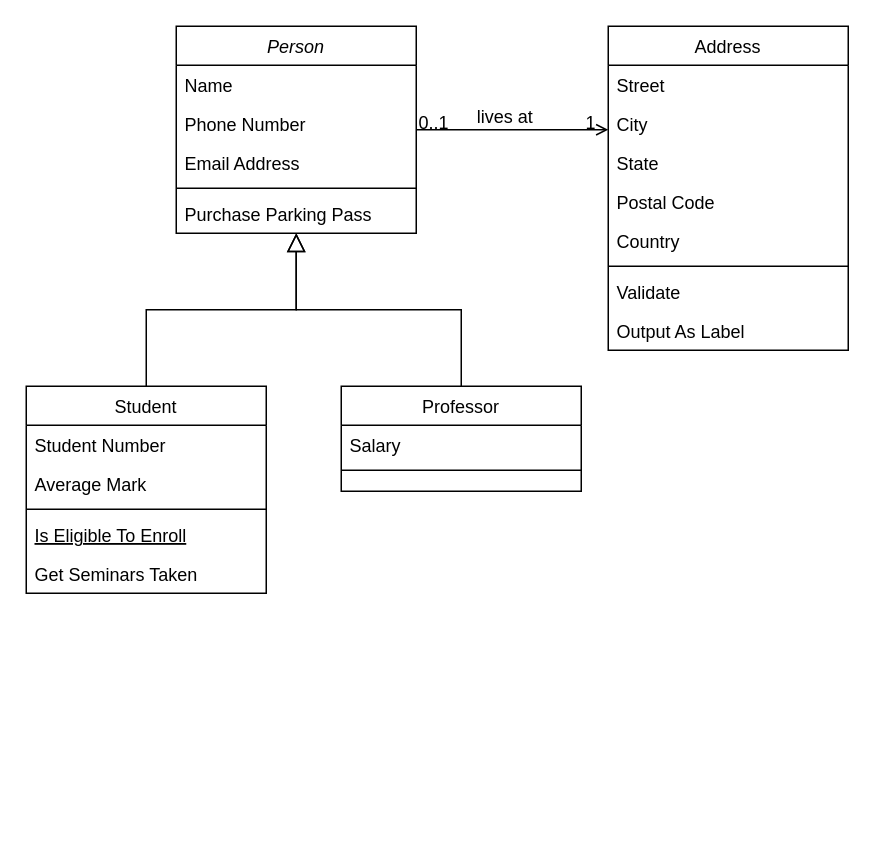
This is uas-si-class.drawio from Rizkyhnkw/diagram, a draw.io file, before an edit. Source tidied: cells renumbered, new cells numbered last; positions are measured from the earlier drawing's top-left corner, leaving out a move shared by most shapes. Both pictures are drawn from the tidied source at 150%, with x=0, y=0 at pixel (26, 26).
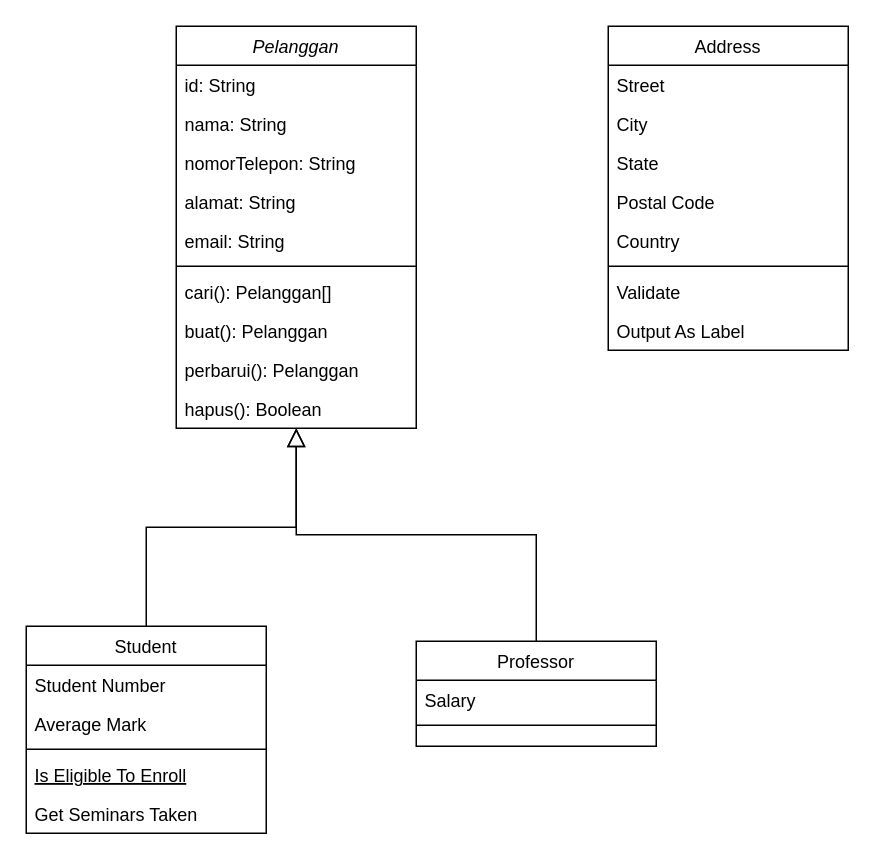
The same diagram, later.

Unchanged cells that the change refers to:
```xml
<mxCell id="19" value="Address" style="swimlane;fontStyle=0;align=center;verticalAlign=top;horizontal=1;startSize=26;rounded=0;shadow=0;strokeWidth=1;" parent="1" vertex="1">
  <mxGeometry x="388" width="160" height="216" as="geometry" />
</mxCell>
```

Diff of the diagram source:
```diff
@@
-    <mxCell id="2" value="Person" style="swimlane;fontStyle=2;align=center;verticalAlign=top;horizontal=1;startSize=26;rounded=0;shadow=0;strokeWidth=1;" parent="1" vertex="1">
-      <mxGeometry x="100" width="160" height="138" as="geometry" />
+    <mxCell id="2" value="Pelanggan" style="swimlane;fontStyle=2;align=center;verticalAlign=top;horizontal=1;startSize=26;rounded=0;shadow=0;strokeWidth=1;" parent="1" vertex="1">
+      <mxGeometry x="100" width="160" height="268" as="geometry" />
     </mxCell>
-    <mxCell id="3" value="Name" style="text;align=left;verticalAlign=top;spacingLeft=4;spacingRight=4;overflow=hidden;" parent="2" vertex="1">
+    <mxCell id="3" value="id: String" style="text;align=left;verticalAlign=top;spacingLeft=4;spacingRight=4;overflow=hidden;" parent="2" vertex="1">
       <mxGeometry y="26" width="160" height="26" as="geometry" />
     </mxCell>
-    <mxCell id="4" value="Phone Number" style="text;align=left;verticalAlign=top;spacingLeft=4;spacingRight=4;overflow=hidden;rounded=0;shadow=0;html=0;" parent="2" vertex="1">
+    <mxCell id="4" value=" nama: String" style="text;align=left;verticalAlign=top;spacingLeft=4;spacingRight=4;overflow=hidden;rounded=0;shadow=0;html=0;" parent="2" vertex="1">
       <mxGeometry y="52" width="160" height="26" as="geometry" />
     </mxCell>
-    <mxCell id="5" value="Email Address" style="text;align=left;verticalAlign=top;spacingLeft=4;spacingRight=4;overflow=hidden;rounded=0;shadow=0;html=0;" parent="2" vertex="1">
+    <mxCell id="5" value="nomorTelepon: String" style="text;align=left;verticalAlign=top;spacingLeft=4;spacingRight=4;overflow=hidden;rounded=0;shadow=0;html=0;" parent="2" vertex="1">
       <mxGeometry y="78" width="160" height="26" as="geometry" />
     </mxCell>
+    <mxCell id="7" value="alamat: String" style="text;align=left;verticalAlign=top;spacingLeft=4;spacingRight=4;overflow=hidden;" parent="2" vertex="1">
+      <mxGeometry y="104" width="160" height="26" as="geometry" />
+    </mxCell>
+    <mxCell id="32" value="email: String" style="text;align=left;verticalAlign=top;spacingLeft=4;spacingRight=4;overflow=hidden;rounded=0;shadow=0;html=0;" parent="2" vertex="1">
+      <mxGeometry y="130" width="160" height="26" as="geometry" />
+    </mxCell>
     <mxCell id="6" style="line;html=1;strokeWidth=1;align=left;verticalAlign=middle;spacingTop=-1;spacingLeft=3;spacingRight=3;labelPosition=right;" parent="2" vertex="1">
-      <mxGeometry y="104" width="160" height="8" as="geometry" />
+      <mxGeometry y="156" width="160" height="8" as="geometry" />
     </mxCell>
-    <mxCell id="7" value="Purchase Parking Pass" style="text;align=left;verticalAlign=top;spacingLeft=4;spacingRight=4;overflow=hidden;" parent="2" vertex="1">
-      <mxGeometry y="112" width="160" height="26" as="geometry" />
-    </mxCell>
+    <mxCell id="33" value="cari(): Pelanggan[]" style="text;align=left;verticalAlign=top;spacingLeft=4;spacingRight=4;overflow=hidden;rounded=0;shadow=0;html=0;" parent="2" vertex="1">
+      <mxGeometry y="164" width="160" height="26" as="geometry" />
+    </mxCell>
+    <mxCell id="34" value="buat(): Pelanggan" style="text;align=left;verticalAlign=top;spacingLeft=4;spacingRight=4;overflow=hidden;rounded=0;shadow=0;html=0;" parent="2" vertex="1">
+      <mxGeometry y="190" width="160" height="26" as="geometry" />
+    </mxCell>
+    <mxCell id="35" value="perbarui(): Pelanggan" style="text;align=left;verticalAlign=top;spacingLeft=4;spacingRight=4;overflow=hidden;rounded=0;shadow=0;html=0;" parent="2" vertex="1">
+      <mxGeometry y="216" width="160" height="26" as="geometry" />
+    </mxCell>
+    <mxCell id="36" value="hapus(): Boolean" style="text;align=left;verticalAlign=top;spacingLeft=4;spacingRight=4;overflow=hidden;rounded=0;shadow=0;html=0;" parent="2" vertex="1">
+      <mxGeometry y="242" width="160" height="26" as="geometry" />
+    </mxCell>
     <mxCell id="8" value="Student" style="swimlane;fontStyle=0;align=center;verticalAlign=top;horizontal=1;startSize=26;rounded=0;shadow=0;strokeWidth=1;" parent="1" vertex="1">
-      <mxGeometry y="240" width="160" height="138" as="geometry" />
+      <mxGeometry y="400" width="160" height="138" as="geometry" />
     </mxCell>
@@
     <mxCell id="15" value="Professor" style="swimlane;fontStyle=0;align=center;verticalAlign=top;horizontal=1;startSize=26;rounded=0;shadow=0;strokeWidth=1;" parent="1" vertex="1">
-      <mxGeometry x="210" y="240" width="160" height="70" as="geometry" />
+      <mxGeometry x="260" y="410" width="160" height="70" as="geometry" />
     </mxCell>
@@
-    <mxCell id="28" style="endArrow=open;shadow=0;strokeWidth=1;rounded=0;curved=0;endFill=1;edgeStyle=elbowEdgeStyle;elbow=vertical;" parent="1" edge="1" source="2" target="19">
-      <mxGeometry x="0.5" y="41" relative="1" as="geometry">
-        <mxPoint x="-40" y="32" as="offset" />
-      </mxGeometry>
-    </mxCell>
-    <mxCell id="29" value="0..1" style="align=left;verticalAlign=bottom;labelBackgroundColor=none;fontSize=12;" parent="28" vertex="1">
-      <mxGeometry x="-1" relative="1" as="geometry">
-        <mxPoint y="4" as="offset" />
-      </mxGeometry>
-    </mxCell>
-    <mxCell id="30" value="1" style="align=right;verticalAlign=bottom;labelBackgroundColor=none;fontSize=12;" parent="28" vertex="1">
-      <mxGeometry x="1" relative="1" as="geometry">
-        <mxPoint x="-7" y="4" as="offset" />
-      </mxGeometry>
-    </mxCell>
-    <mxCell id="31" value="lives at" style="text;html=1;align=center;verticalAlign=middle;labelBackgroundColor=none;rounded=0;shadow=0;strokeWidth=1;fontSize=12;" parent="28" vertex="1">
-      <mxGeometry x="0.5" y="49" relative="1" as="geometry">
-        <mxPoint x="-38" y="40" as="offset" />
-      </mxGeometry>
-    </mxCell>
```
